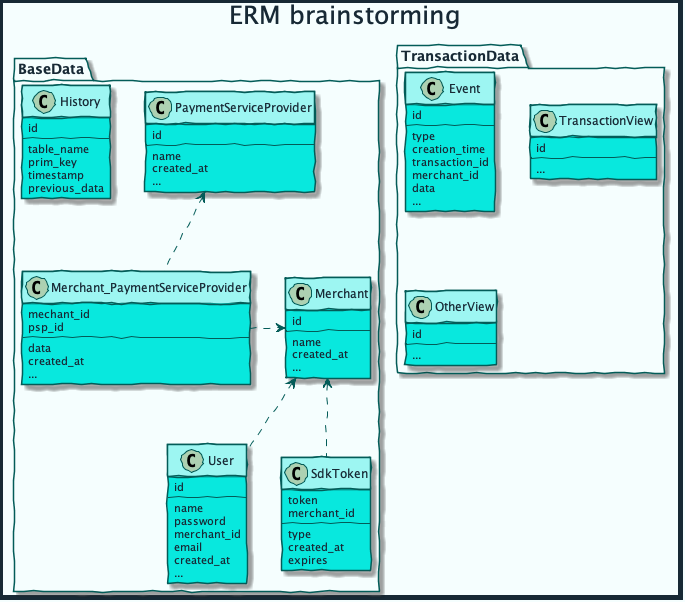
Before: diagrams/out/erm.png, a diagram exported from PlantUML (mobilabsolutions/stash-sdk-wiki).
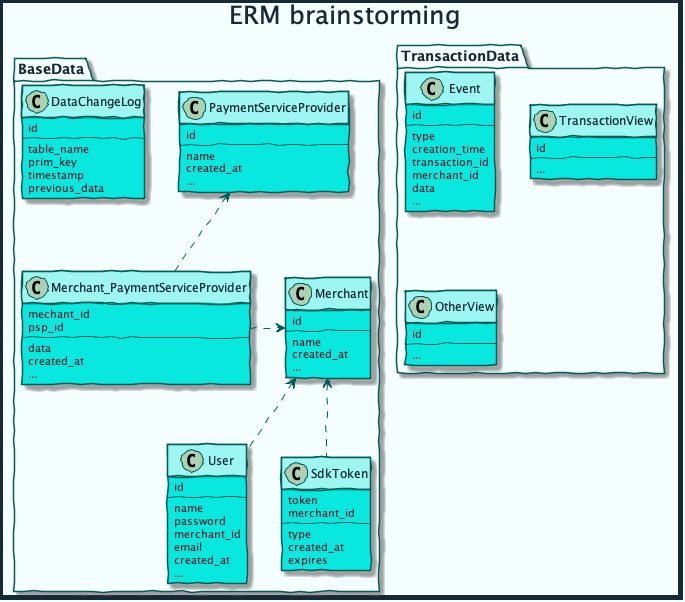
After the commit.

Diff of the diagram source:
```diff
@@ -83,7 +83,7 @@
         ...
     }
 
-    class History {
+    class DataChangeLog {
         id
         --
         table_name
```
